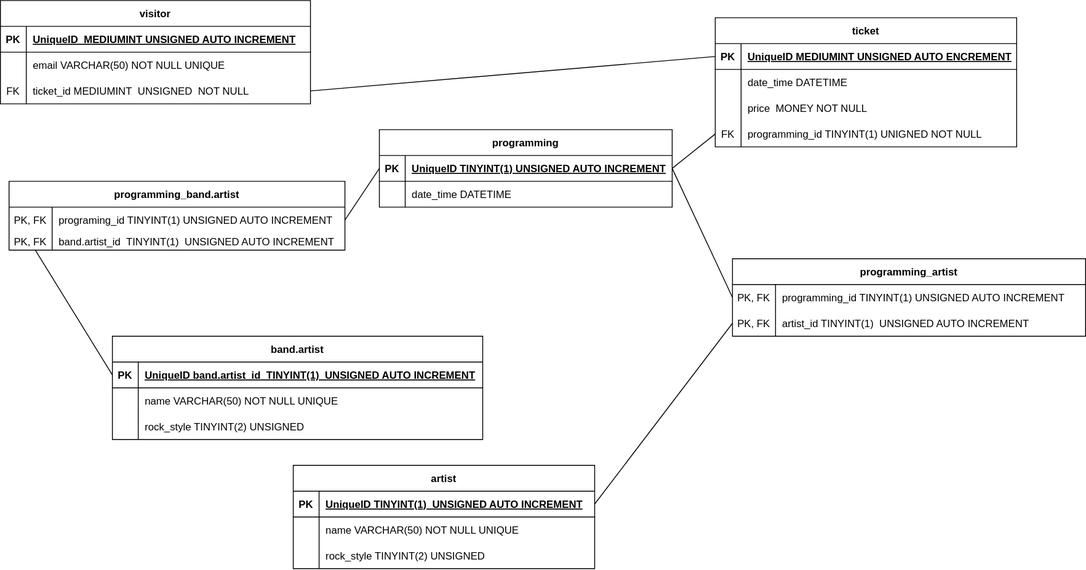
This is code/server/merise/MPD.festivalrockny2.drawio.svg from Discrae/Rockny2, a draw.io export, as it was before one commit. Source tidied: cells renumbered, new cells last; positions are measured from the earlier drawing's top-left corner, leaving out a move shared by most shapes.
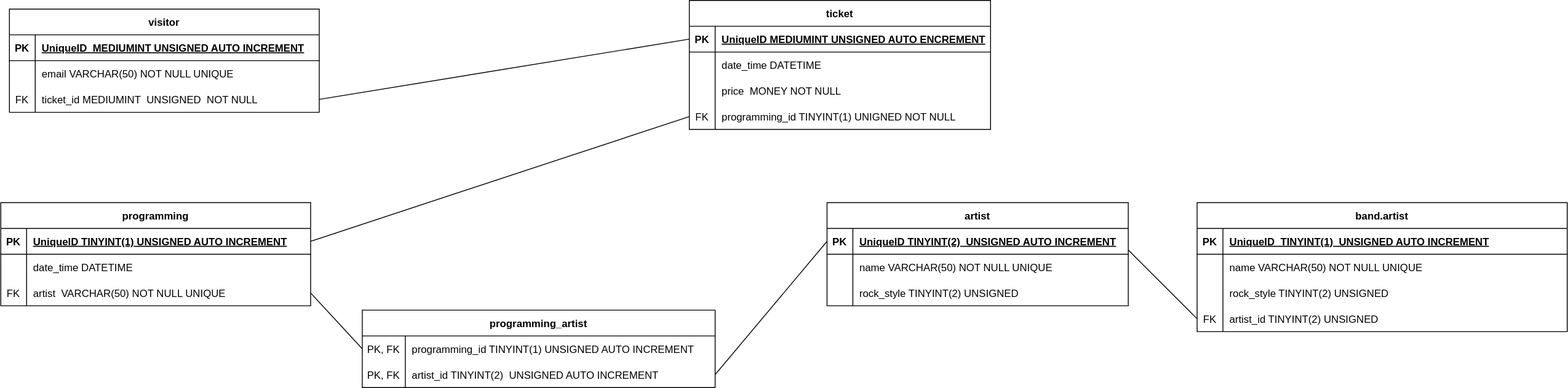
The same file after the commit.

What changed in the source:
```diff
@@ -3,7 +3,7 @@
     <mxCell id="0" />
     <mxCell id="1" parent="0" />
     <mxCell id="2" value="visitor" style="shape=table;startSize=30;rowLines=0;fontStyle=1;align=center;" parent="1" vertex="1">
-      <mxGeometry width="360" height="120" as="geometry" />
+      <mxGeometry x="40" y="30" width="360" height="120" as="geometry" />
     </mxCell>
     <mxCell id="3" style="shape=tableRow;horizontal=0;startSize=0;swimlaneHead=0;swimlaneBody=0;fillColor=none;top=0;left=0;right=0;bottom=1;" parent="2" vertex="1">
       <mxGeometry y="30" width="360" height="30" as="geometry" />
@@ -72,28 +72,37 @@
       <mxGeometry x="30" width="320" height="30" as="geometry" />
     </mxCell>
     <mxCell id="25" value="programming" style="shape=table;startSize=30;rowLines=0;fontStyle=1;align=center;" parent="1" vertex="1">
-      <mxGeometry x="440" y="150" width="340" height="90" as="geometry" />
+      <mxGeometry x="30" y="255" width="360" height="120" as="geometry" />
     </mxCell>
     <mxCell id="26" style="shape=tableRow;horizontal=0;startSize=0;swimlaneHead=0;swimlaneBody=0;fillColor=none;points=[[0,0.5],[1,0.5]];portConstraint=eastwest;top=0;left=0;right=0;bottom=1;" parent="25" vertex="1">
-      <mxGeometry y="30" width="340" height="30" as="geometry" />
+      <mxGeometry y="30" width="360" height="30" as="geometry" />
     </mxCell>
     <mxCell id="27" value="PK" style="shape=partialRectangle;fillColor=none;top=0;left=0;bottom=0;right=0;fontStyle=1;overflow=hidden;" parent="26" vertex="1">
       <mxGeometry width="30" height="30" as="geometry" />
     </mxCell>
     <mxCell id="28" value="UniqueID TINYINT(1) UNSIGNED AUTO INCREMENT" style="shape=partialRectangle;fillColor=none;top=0;left=0;bottom=0;right=0;align=left;spacingLeft=6;fontStyle=5;overflow=hidden;" parent="26" vertex="1">
-      <mxGeometry x="30" width="310" height="30" as="geometry" />
+      <mxGeometry x="30" width="330" height="30" as="geometry" />
     </mxCell>
     <mxCell id="29" style="shape=tableRow;horizontal=0;startSize=0;swimlaneHead=0;swimlaneBody=0;fillColor=none;top=0;left=0;right=0;bottom=0;" parent="25" vertex="1">
-      <mxGeometry y="60" width="340" height="30" as="geometry" />
+      <mxGeometry y="60" width="360" height="30" as="geometry" />
     </mxCell>
     <mxCell id="30" style="shape=partialRectangle;fillColor=none;top=0;left=0;bottom=0;right=0;overflow=hidden;" parent="29" vertex="1">
       <mxGeometry width="30" height="30" as="geometry" />
     </mxCell>
     <mxCell id="31" value="date_time DATETIME" style="shape=partialRectangle;fillColor=none;top=0;left=0;bottom=0;right=0;align=left;spacingLeft=6;overflow=hidden;" parent="29" vertex="1">
-      <mxGeometry x="30" width="310" height="30" as="geometry" />
+      <mxGeometry x="30" width="330" height="30" as="geometry" />
     </mxCell>
+    <mxCell id="72" style="shape=tableRow;horizontal=0;startSize=0;swimlaneHead=0;swimlaneBody=0;fillColor=none;points=[[0,0.5],[1,0.5]];portConstraint=eastwest;top=0;left=0;right=0;bottom=0;" parent="25" vertex="1">
+      <mxGeometry y="90" width="360" height="30" as="geometry" />
+    </mxCell>
+    <mxCell id="73" value="FK" style="shape=partialRectangle;fillColor=none;top=0;left=0;bottom=0;right=0;overflow=hidden;" parent="72" vertex="1">
+      <mxGeometry width="30" height="30" as="geometry" />
+    </mxCell>
+    <mxCell id="74" value="artist  VARCHAR(50) NOT NULL UNIQUE" style="shape=partialRectangle;fillColor=none;top=0;left=0;bottom=0;right=0;align=left;spacingLeft=6;overflow=hidden;" parent="72" vertex="1">
+      <mxGeometry x="30" width="330" height="30" as="geometry" />
+    </mxCell>
     <mxCell id="32" value="artist" style="shape=table;startSize=30;rowLines=0;fontStyle=1;align=center;" parent="1" vertex="1">
-      <mxGeometry x="340" y="540" width="350" height="120" as="geometry" />
+      <mxGeometry x="990" y="255" width="350" height="120" as="geometry" />
     </mxCell>
     <mxCell id="33" style="shape=tableRow;horizontal=0;startSize=0;swimlaneHead=0;swimlaneBody=0;fillColor=none;points=[[0,0.5],[1,0.5]];portConstraint=eastwest;top=0;left=0;right=0;bottom=1;" parent="32" vertex="1">
       <mxGeometry y="30" width="350" height="30" as="geometry" />
@@ -101,7 +110,7 @@
     <mxCell id="34" value="PK" style="shape=partialRectangle;fillColor=none;top=0;left=0;bottom=0;right=0;fontStyle=1;overflow=hidden;" parent="33" vertex="1">
       <mxGeometry width="30" height="30" as="geometry" />
     </mxCell>
-    <mxCell id="35" value="UniqueID TINYINT(1)  UNSIGNED AUTO INCREMENT" style="shape=partialRectangle;fillColor=none;top=0;left=0;bottom=0;right=0;align=left;spacingLeft=6;fontStyle=5;overflow=hidden;" parent="33" vertex="1">
+    <mxCell id="35" value="UniqueID TINYINT(2)  UNSIGNED AUTO INCREMENT" style="shape=partialRectangle;fillColor=none;top=0;left=0;bottom=0;right=0;align=left;spacingLeft=6;fontStyle=5;overflow=hidden;" parent="33" vertex="1">
       <mxGeometry x="30" width="320" height="30" as="geometry" />
     </mxCell>
     <mxCell id="36" style="shape=tableRow;horizontal=0;startSize=0;swimlaneHead=0;swimlaneBody=0;fillColor=none;top=0;left=0;right=0;bottom=0;" parent="32" vertex="1">
@@ -129,7 +138,7 @@
       <mxGeometry relative="1" as="geometry" />
     </mxCell>
     <mxCell id="44" value="band.artist" style="shape=table;startSize=30;rowLines=0;fontStyle=1;align=center;" parent="1" vertex="1">
-      <mxGeometry x="130" y="390" width="430" height="120" as="geometry" />
+      <mxGeometry x="1420" y="255" width="430" height="150" as="geometry" />
     </mxCell>
     <mxCell id="45" style="shape=tableRow;horizontal=0;startSize=0;swimlaneHead=0;swimlaneBody=0;fillColor=none;points=[[0,0.5],[1,0.5]];portConstraint=eastwest;top=0;left=0;right=0;bottom=1;" parent="44" vertex="1">
       <mxGeometry y="30" width="430" height="30" as="geometry" />
@@ -137,7 +146,7 @@
     <mxCell id="46" value="PK" style="shape=partialRectangle;fillColor=none;top=0;left=0;bottom=0;right=0;fontStyle=1;overflow=hidden;" parent="45" vertex="1">
       <mxGeometry width="30" height="30" as="geometry" />
     </mxCell>
-    <mxCell id="47" value="UniqueID band.artist_id  TINYINT(1)  UNSIGNED AUTO INCREMENT" style="shape=partialRectangle;fillColor=none;top=0;left=0;bottom=0;right=0;align=left;spacingLeft=6;fontStyle=5;overflow=hidden;" parent="45" vertex="1">
+    <mxCell id="47" value="UniqueID  TINYINT(1)  UNSIGNED AUTO INCREMENT" style="shape=partialRectangle;fillColor=none;top=0;left=0;bottom=0;right=0;align=left;spacingLeft=6;fontStyle=5;overflow=hidden;" parent="45" vertex="1">
       <mxGeometry x="30" width="400" height="30" as="geometry" />
     </mxCell>
     <mxCell id="48" style="shape=tableRow;horizontal=0;startSize=0;swimlaneHead=0;swimlaneBody=0;fillColor=none;top=0;left=0;right=0;bottom=0;" parent="44" vertex="1">
@@ -158,29 +167,17 @@
     <mxCell id="53" value="rock_style TINYINT(2) UNSIGNED" style="shape=partialRectangle;fillColor=none;top=0;left=0;bottom=0;right=0;align=left;spacingLeft=6;overflow=hidden;" parent="51" vertex="1">
       <mxGeometry x="30" width="400" height="30" as="geometry" />
     </mxCell>
-    <mxCell id="54" value="programming_band.artist" style="shape=table;startSize=30;rowLines=0;fontStyle=1;align=center;" parent="1" vertex="1">
-      <mxGeometry x="10" y="210" width="390" height="80" as="geometry" />
-    </mxCell>
-    <mxCell id="55" style="shape=tableRow;horizontal=0;startSize=0;swimlaneHead=0;swimlaneBody=0;fillColor=none;points=[[0,0.5],[1,0.5]];portConstraint=eastwest;top=0;left=0;right=0;bottom=0;" parent="54" vertex="1">
-      <mxGeometry y="30" width="390" height="30" as="geometry" />
-    </mxCell>
-    <mxCell id="56" value="PK, FK" style="shape=partialRectangle;fillColor=none;top=0;left=0;bottom=0;right=0;overflow=hidden;" parent="55" vertex="1">
-      <mxGeometry width="50" height="30" as="geometry" />
-    </mxCell>
-    <mxCell id="57" value="programing_id TINYINT(1) UNSIGNED AUTO INCREMENT" style="shape=partialRectangle;fillColor=none;top=0;left=0;bottom=0;right=0;align=left;spacingLeft=6;overflow=hidden;" parent="55" vertex="1">
-      <mxGeometry x="50" width="340" height="30" as="geometry" />
-    </mxCell>
-    <mxCell id="58" style="shape=tableRow;horizontal=0;startSize=0;swimlaneHead=0;swimlaneBody=0;fillColor=none;points=[[0,0.5],[1,0.5]];portConstraint=eastwest;top=0;left=0;right=0;bottom=0;" parent="54" vertex="1">
-      <mxGeometry y="60" width="390" height="20" as="geometry" />
-    </mxCell>
-    <mxCell id="59" value="PK, FK" style="shape=partialRectangle;fillColor=none;top=0;left=0;bottom=0;right=0;overflow=hidden;" parent="58" vertex="1">
-      <mxGeometry width="50" height="20" as="geometry" />
-    </mxCell>
-    <mxCell id="60" value="band.artist_id  TINYINT(1)  UNSIGNED AUTO INCREMENT" style="shape=partialRectangle;fillColor=none;top=0;left=0;bottom=0;right=0;align=left;spacingLeft=6;overflow=hidden;" parent="58" vertex="1">
-      <mxGeometry x="50" width="340" height="20" as="geometry" />
-    </mxCell>
+    <mxCell id="75" style="shape=tableRow;horizontal=0;startSize=0;swimlaneHead=0;swimlaneBody=0;fillColor=none;points=[[0,0.5],[1,0.5]];portConstraint=eastwest;top=0;left=0;right=0;bottom=0;" parent="44" vertex="1">
+      <mxGeometry y="120" width="430" height="30" as="geometry" />
+    </mxCell>
+    <mxCell id="76" value="FK" style="shape=partialRectangle;fillColor=none;top=0;left=0;bottom=0;right=0;overflow=hidden;" parent="75" vertex="1">
+      <mxGeometry width="30" height="30" as="geometry" />
+    </mxCell>
+    <mxCell id="77" value="artist_id TINYINT(2) UNSIGNED" style="shape=partialRectangle;fillColor=none;top=0;left=0;bottom=0;right=0;align=left;spacingLeft=6;overflow=hidden;" parent="75" vertex="1">
+      <mxGeometry x="30" width="400" height="30" as="geometry" />
+    </mxCell>
     <mxCell id="61" value="programming_artist" style="shape=table;startSize=30;rowLines=0;fontStyle=1;align=center;" parent="1" vertex="1">
-      <mxGeometry x="850" y="300" width="410" height="90" as="geometry" />
+      <mxGeometry x="450" y="380" width="410" height="90" as="geometry" />
     </mxCell>
     <mxCell id="62" style="shape=tableRow;horizontal=0;startSize=0;swimlaneHead=0;swimlaneBody=0;fillColor=none;points=[[0,0.5],[1,0.5]];portConstraint=eastwest;top=0;left=0;right=0;bottom=0;" parent="61" vertex="1">
       <mxGeometry y="30" width="410" height="30" as="geometry" />
@@ -197,20 +194,19 @@
     <mxCell id="66" value="PK, FK" style="shape=partialRectangle;fillColor=none;top=0;left=0;bottom=0;right=0;overflow=hidden;" parent="65" vertex="1">
       <mxGeometry width="50" height="30" as="geometry" />
     </mxCell>
-    <mxCell id="67" value="artist_id TINYINT(1)  UNSIGNED AUTO INCREMENT" style="shape=partialRectangle;fillColor=none;top=0;left=0;bottom=0;right=0;align=left;spacingLeft=6;overflow=hidden;" parent="65" vertex="1">
+    <mxCell id="67" value="artist_id TINYINT(2)  UNSIGNED AUTO INCREMENT" style="shape=partialRectangle;fillColor=none;top=0;left=0;bottom=0;right=0;align=left;spacingLeft=6;overflow=hidden;" parent="65" vertex="1">
       <mxGeometry x="50" width="360" height="30" as="geometry" />
     </mxCell>
-    <mxCell id="68" style="endArrow=none;html=1;rounded=0;exitX=1;exitY=0.5;exitDx=0;exitDy=0;entryX=0;entryY=0.5;entryDx=0;entryDy=0;" parent="1" edge="1" source="55" target="26">
-      <mxGeometry relative="1" as="geometry" />
-    </mxCell>
-    <mxCell id="69" style="endArrow=none;html=1;rounded=0;entryX=0;entryY=0.5;entryDx=0;entryDy=0;exitX=0.078;exitY=0.995;exitDx=0;exitDy=0;exitPerimeter=0;" parent="1" edge="1" source="58" target="45">
-      <mxGeometry relative="1" as="geometry" />
-    </mxCell>
-    <mxCell id="70" style="endArrow=none;html=1;rounded=0;exitX=1;exitY=0.5;exitDx=0;exitDy=0;entryX=0;entryY=0.5;entryDx=0;entryDy=0;" parent="1" edge="1" source="26" target="62">
+    <mxCell id="70" style="endArrow=none;html=1;rounded=0;exitX=1;exitY=0.5;exitDx=0;exitDy=0;entryX=0;entryY=0.5;entryDx=0;entryDy=0;" parent="1" edge="1" source="72" target="62">
       <mxGeometry relative="1" as="geometry" />
     </mxCell>
-    <mxCell id="71" style="endArrow=none;html=1;rounded=0;entryX=0;entryY=0.5;entryDx=0;entryDy=0;exitX=1;exitY=0.5;exitDx=0;exitDy=0;" parent="1" edge="1" source="33" target="65">
+    <mxCell id="71" style="endArrow=none;html=1;rounded=0;exitX=1;exitY=0.5;exitDx=0;exitDy=0;entryX=0;entryY=0.5;entryDx=0;entryDy=0;" parent="1" edge="1" source="65" target="33">
       <mxGeometry relative="1" as="geometry" />
     </mxCell>
+    <mxCell id="78" style="endArrow=none;html=1;rounded=0;entryX=0;entryY=0.5;entryDx=0;entryDy=0;" parent="1" edge="1" target="75">
+      <mxGeometry relative="1" as="geometry">
+        <mxPoint x="1340" y="310" as="sourcePoint" />
+      </mxGeometry>
+    </mxCell>
   </root>
 </mxGraphModel>
```
